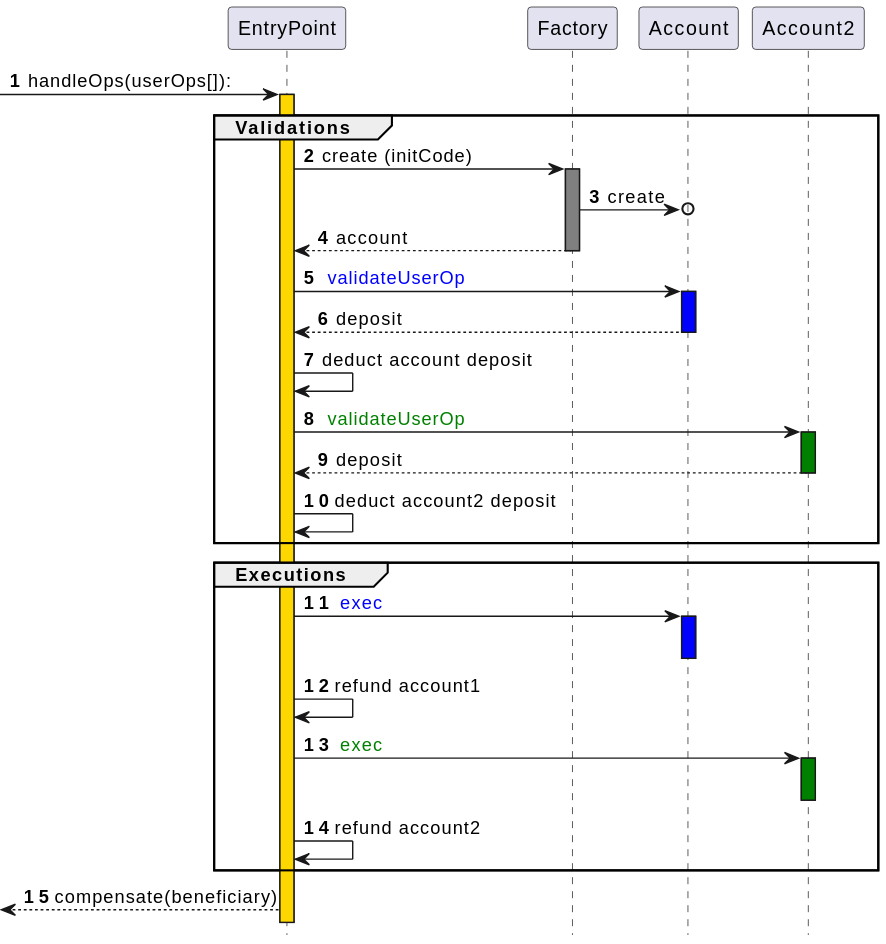
This is public/assets/erc-4337/bundle-seq.svg from lxdao-official/eipfun, a PlantUML export, as it was before one commit.
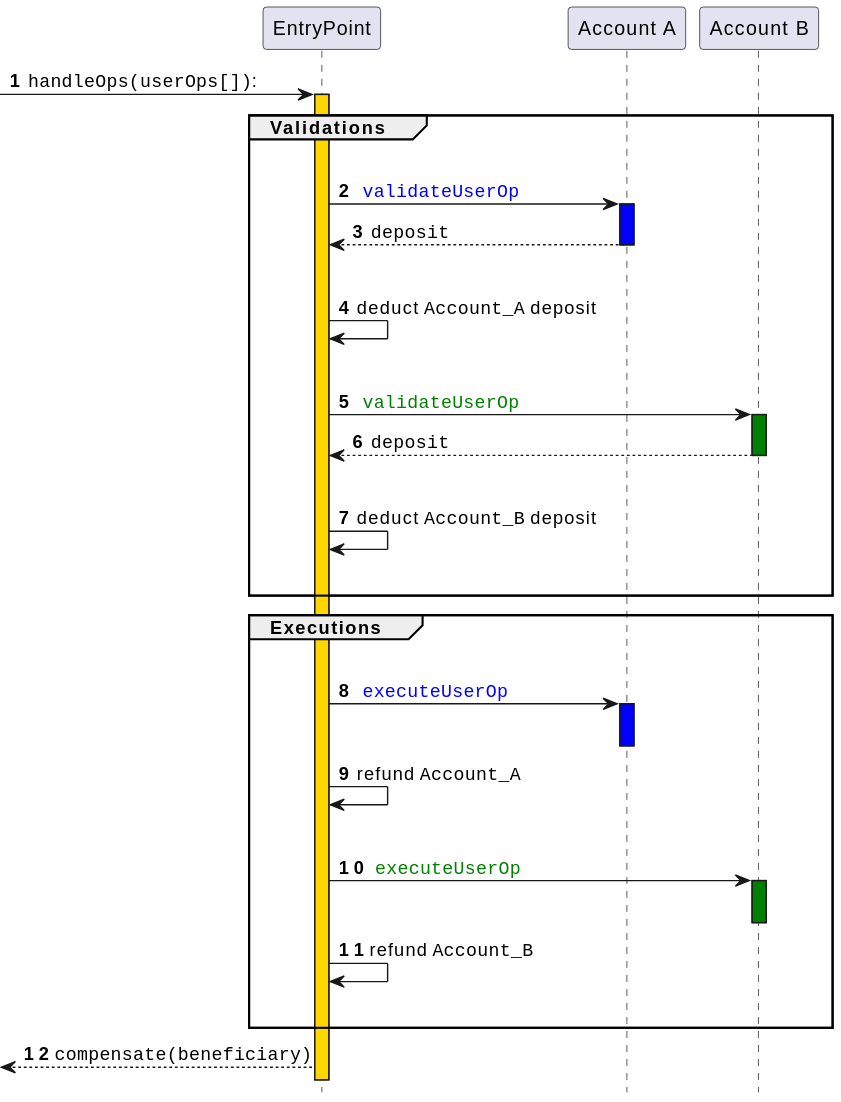
Above is the later version.

Diff of the diagram source:
```diff
@@ -1,30 +1,34 @@
 @startuml
 autonumber
 participant "EntryPoint" as ep
-participant "Factory" as fact
-participant "Account" as account
-participant "Account2" as account2
-[->ep++ #gold: handleOps(userOps[]):
+participant "Account A" as account
+participant "Account B" as account2
+[->ep++ #gold: ""handleOps(userOps[])"":
 group Validations
-ep->fact++ #gray: create (initCode)
-fact->o account: create
-return account
-ep->account++ #blue: <font color=blue> validateUserOp
-return deposit
-ep->ep: deduct account deposit
+|||
+ep->account++ #blue: <font color=blue> ""validateUserOp""
+return ""deposit""
+|||
+ep->ep: deduct ""Account_A"" deposit
+|||
+ep->account2++ #green: <font color=green> ""validateUserOp""
+return ""deposit""
+|||
+ep->ep: deduct ""Account_B"" deposit
+|||
+end
 
-ep->account2++ #green: <font color=green> validateUserOp
-return deposit
-ep->ep: deduct account2 deposit
+group Executions
+|||
+ep->account++ #blue: <font color=blue> ""executeUserOp""
+deactivate account
+ep->ep: refund ""Account_A""
+|||
+ep->account2++ #green: <font color=green> ""executeUserOp""
+deactivate account2
+ep->ep: refund ""Account_B""
+|||
 end
-group Executions
-ep->account++ #blue: <font color=blue> exec
-deactivate account
-ep->ep: refund account1
-ep->account2++ #green: <font color=green> exec
-deactivate account2
-ep->ep: refund account2
-end
-ep-->[: compensate(beneficiary)
+ep-->[: ""compensate(beneficiary)""
 hide footbox
 @enduml
```
